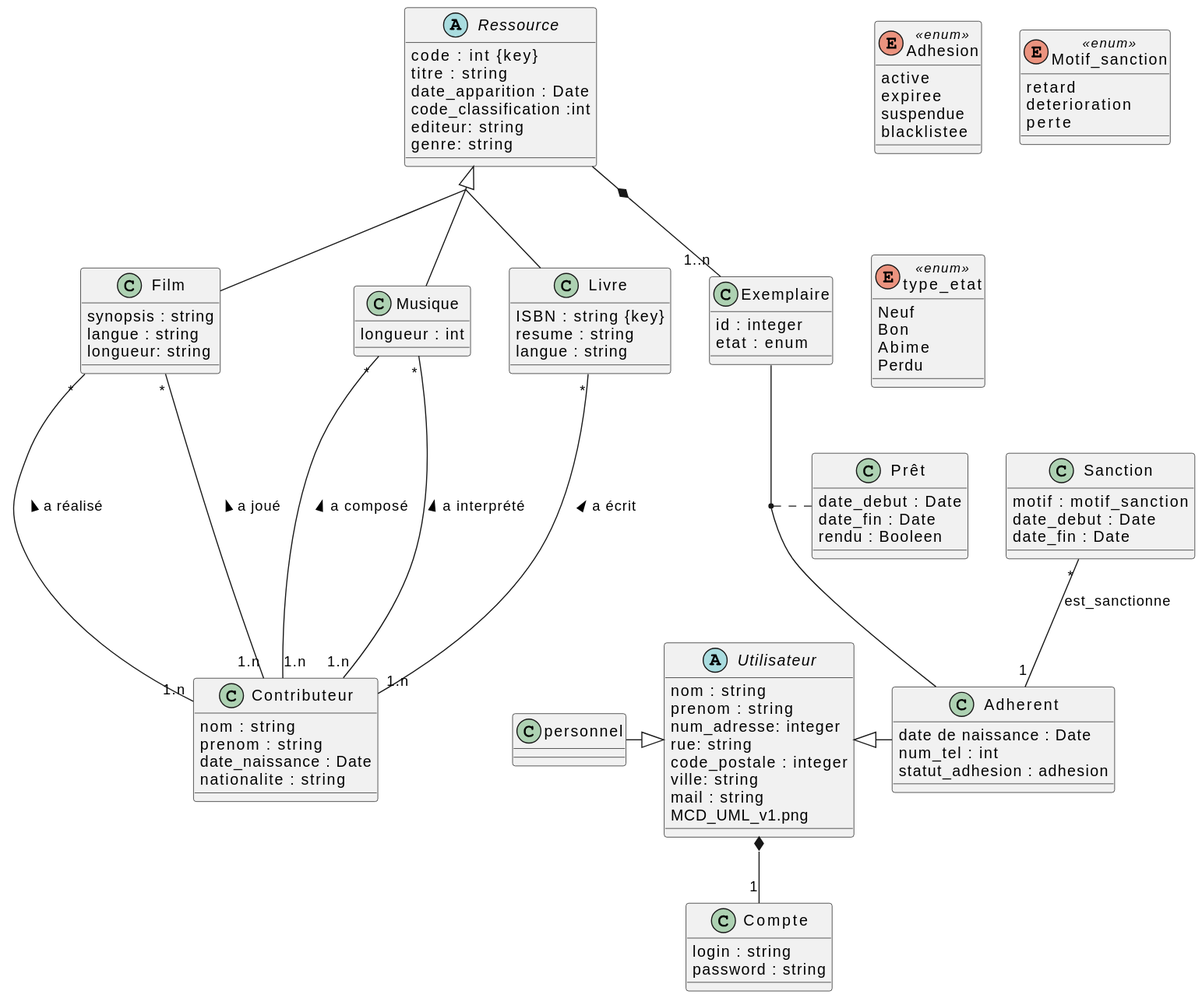
This is Rendu_1/MCD_UML_v1.svg from julienpillis/Library-Database-System, a PlantUML export, as it was before one commit.
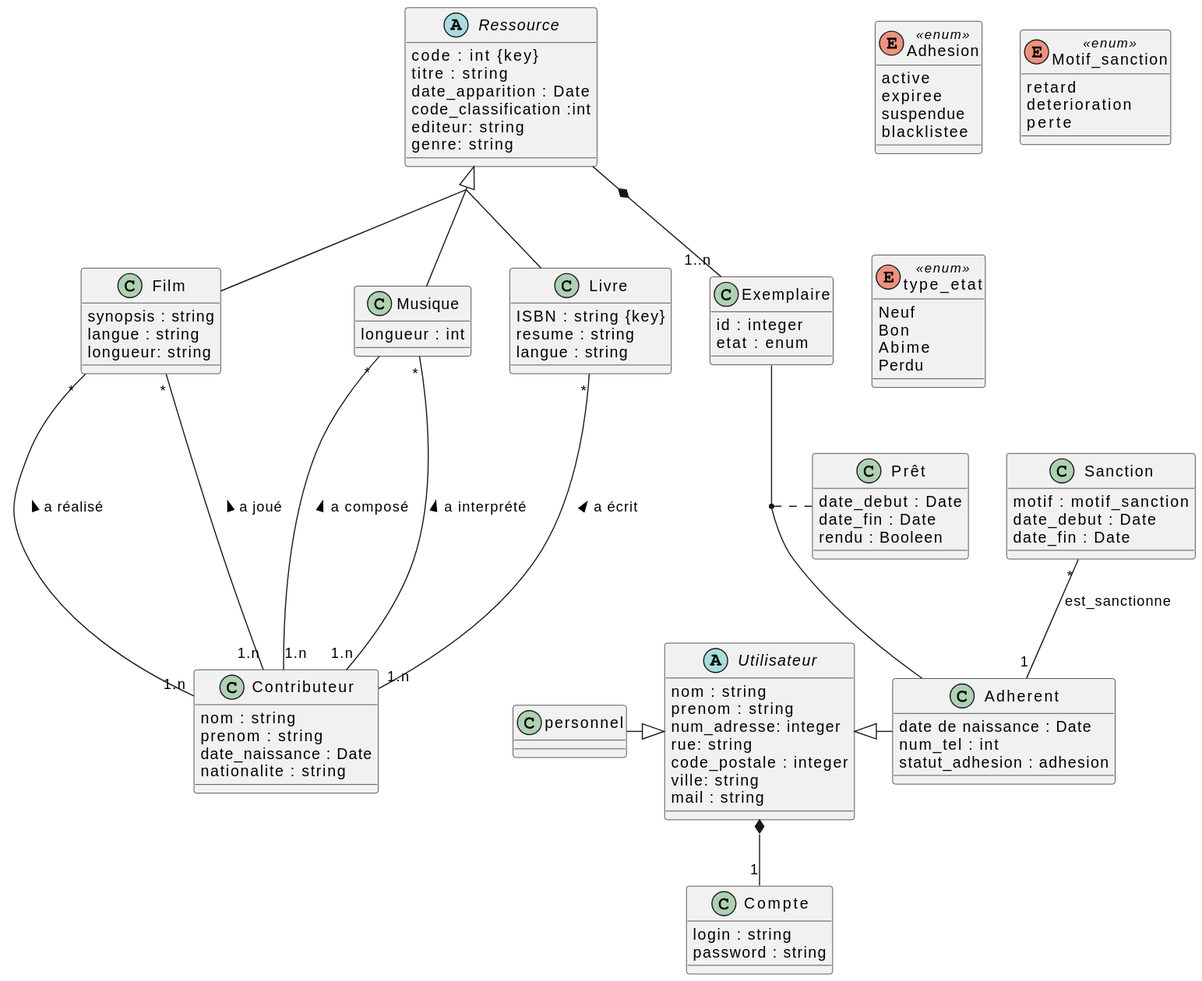
Above is the later version.

Change to the diagram source:
```diff
@@ -46,7 +46,6 @@
   code_postale : integer
   ville: string
   mail : string
-  MCD_UML_v1.png
 }
 
 
```
